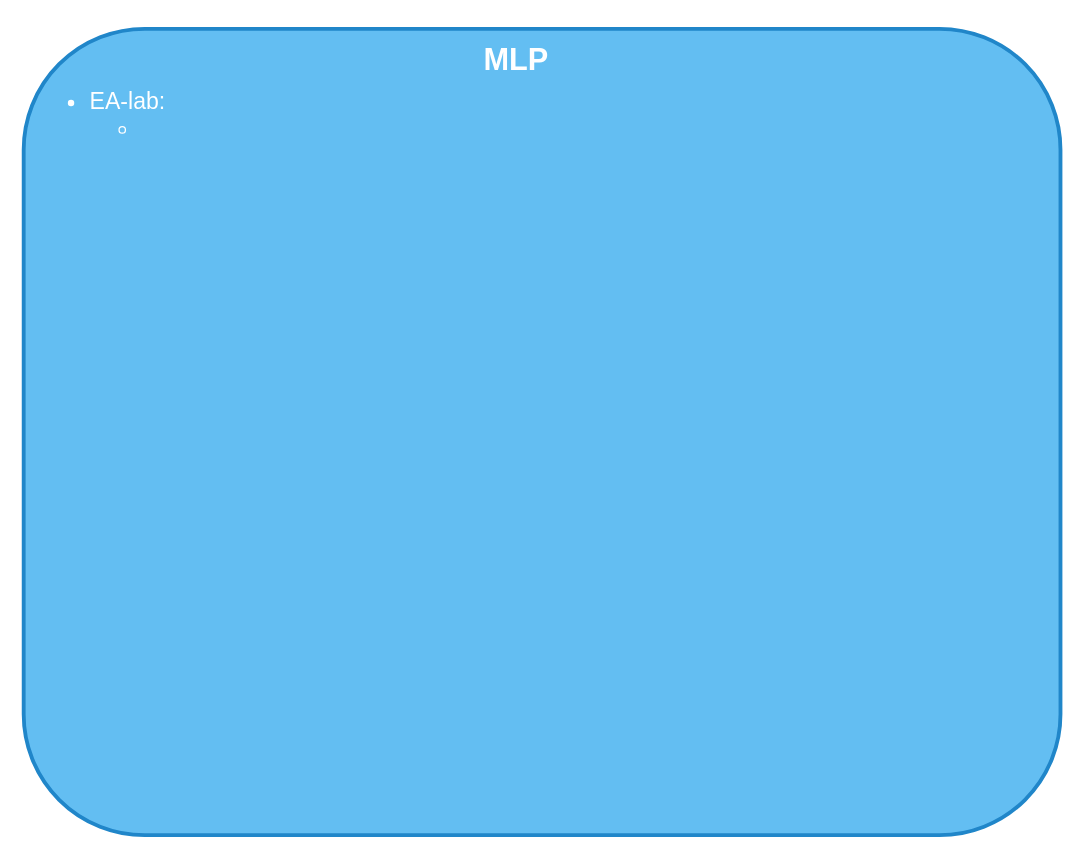
Above: page "MLP" (5 of 15) of .drawio in mortenee/draw.io (draw.io), before the change. Source tidied: cells renumbered, new cells numbered last; positions are measured from the earlier drawing's top-left corner, leaving out a move shared by most shapes. Both pictures are drawn from the tidied source at 128%, with x=0, y=0 at pixel (23, 28).
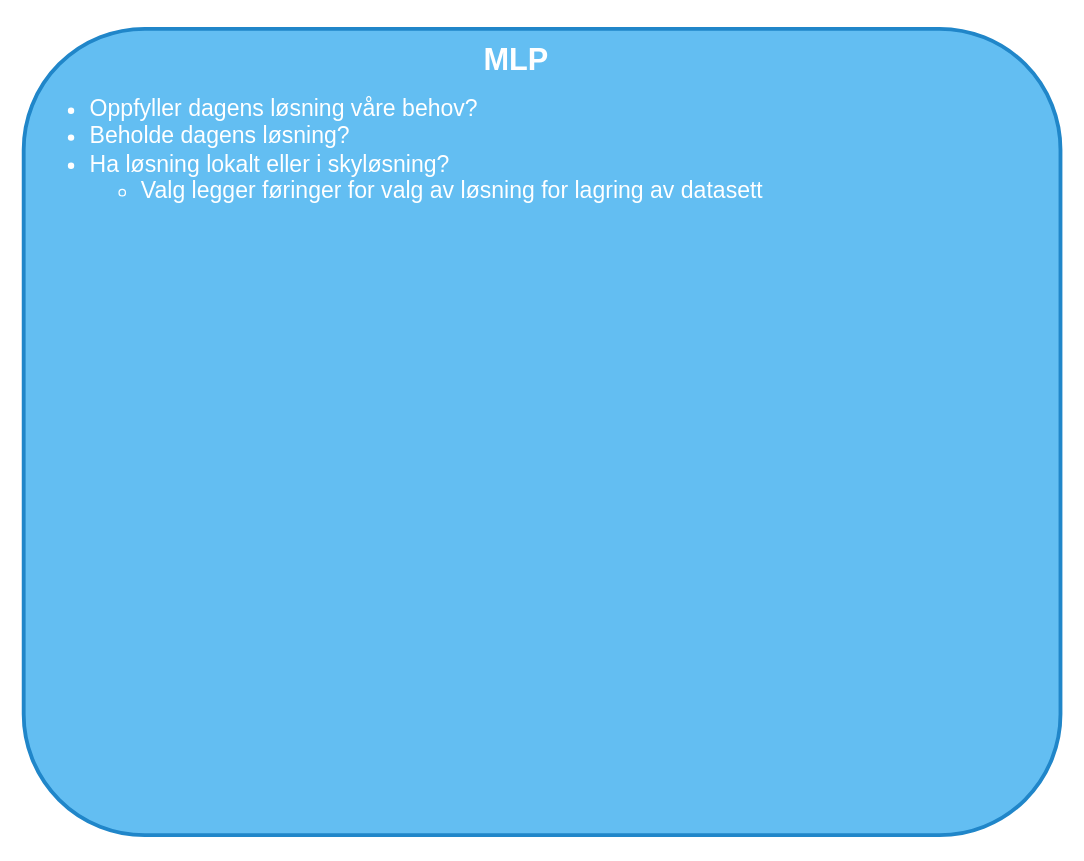
The same page after the edit.

Change to the diagram source:
```diff
@@
 <mxGraphModel>
   <root>
     <mxCell id="0" />
     <mxCell id="1" parent="0" />
-    <mxCell id="2" value="&lt;h1 style=&quot;margin-top: 0px; font-size: 18px;&quot;&gt;&lt;div&gt;&lt;span style=&quot;font-weight: 400;&quot;&gt;&lt;br&gt;&lt;/span&gt;&lt;/div&gt;&lt;ul&gt;&lt;li&gt;&lt;span style=&quot;font-weight: 400;&quot;&gt;EA-lab:&lt;/span&gt;&lt;/li&gt;&lt;ul style=&quot;&quot;&gt;&lt;li&gt;&lt;br&gt;&lt;/li&gt;&lt;/ul&gt;&lt;/ul&gt;&lt;/h1&gt;" style="text;html=1;whiteSpace=wrap;overflow=hidden;rounded=1;fillColor=#63bef2;strokeColor=#2086c9;fontColor=#ffffff;fontFamily=Helvetica;fontSize=12;labelBackgroundColor=none;glass=0;shadow=0;strokeWidth=3;spacingLeft=10;" parent="1" vertex="1">
+    <mxCell id="2" value="&lt;h1 style=&quot;margin-top: 0px;&quot;&gt;&lt;div style=&quot;font-size: 18px;&quot;&gt;&lt;span style=&quot;font-weight: 400;&quot;&gt;&lt;br&gt;&lt;/span&gt;&lt;/div&gt;&lt;ul style=&quot;&quot;&gt;&lt;li style=&quot;font-size: 18px;&quot;&gt;&lt;span style=&quot;font-weight: 400;&quot;&gt;Oppfyller dagens løsning våre behov?&lt;/span&gt;&lt;/li&gt;&lt;li style=&quot;font-size: 18px;&quot;&gt;&lt;span style=&quot;font-weight: 400;&quot;&gt;Beholde dagens løsning?&lt;/span&gt;&lt;/li&gt;&lt;li style=&quot;font-size: 18px;&quot;&gt;&lt;span style=&quot;font-weight: 400;&quot;&gt;Ha løsning lokalt eller i skyløsning?&lt;/span&gt;&lt;/li&gt;&lt;ul&gt;&lt;li style=&quot;font-size: 18px;&quot;&gt;&lt;span style=&quot;font-weight: 400;&quot;&gt;Valg legger føringer for valg av løsning for lagring av datasett&lt;/span&gt;&lt;/li&gt;&lt;/ul&gt;&lt;/ul&gt;&lt;/h1&gt;" style="text;html=1;whiteSpace=wrap;overflow=hidden;rounded=1;fillColor=#63bef2;strokeColor=#2086c9;fontColor=#ffffff;fontFamily=Helvetica;fontSize=12;labelBackgroundColor=none;glass=0;shadow=0;strokeWidth=3;spacingLeft=10;" parent="1" vertex="1">
       <mxGeometry width="810" height="630" as="geometry" />
     </mxCell>
     <mxCell id="3" value="&lt;h1&gt;MLP&lt;/h1&gt;" style="text;html=1;align=center;verticalAlign=middle;whiteSpace=wrap;rounded=0;fontColor=#FFFFFF;" parent="1" vertex="1">
       <mxGeometry x="320" y="10" width="130" height="30" as="geometry" />
     </mxCell>
   </root>
 </mxGraphModel>
```
